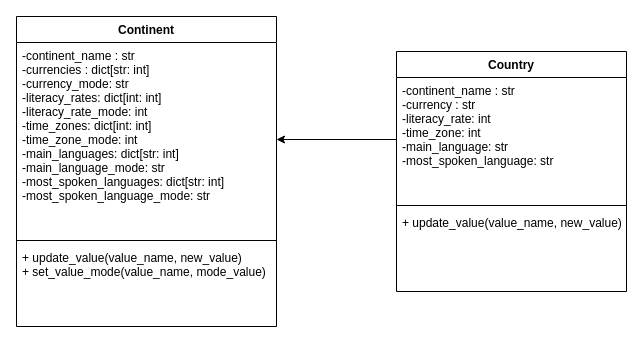
The draw.io diagram page "classes" (2 of 5) of Continental_Data_Flowchart.drawio in Joel-Vernon-98/Continental_Data, before the edit. Source tidied: cells renumbered, new cells numbered last; positions are measured from the earlier drawing's top-left corner, leaving out a move shared by most shapes. Both pictures are drawn from the tidied source at 100%, with x=0, y=0 at pixel (16, 16).
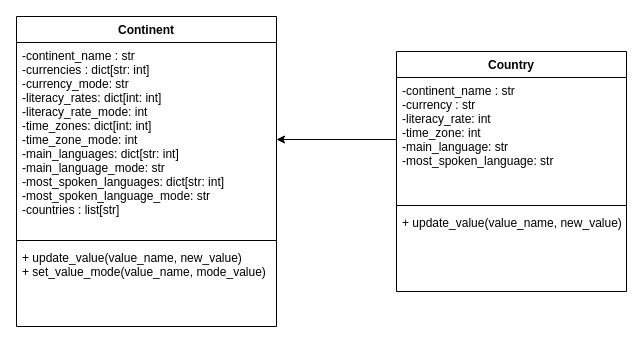
Above is the later version.

The edit, as a diff of the source:
```diff
@@
 <mxGraphModel>
   <root>
     <mxCell id="0" />
     <mxCell id="1" parent="0" />
     <mxCell id="2" value="Continent" style="swimlane;fontStyle=1;align=center;verticalAlign=top;horizontal=1;startSize=26;" parent="1" vertex="1">
       <mxGeometry width="260" height="310" as="geometry" />
     </mxCell>
-    <mxCell id="3" value="-continent_name : str&#10;-currencies : dict[str: int]&#10;-currency_mode: str&#10;-literacy_rates: dict[int: int]&#10;-literacy_rate_mode: int &#10;-time_zones: dict[int: int]&#10;-time_zone_mode: int&#10;-main_languages: dict[str: int]&#10;-main_language_mode: str&#10;-most_spoken_languages: dict[str: int]&#10;-most_spoken_language_mode: str&#10;" style="text;strokeColor=none;fillColor=none;align=left;verticalAlign=top;spacingLeft=4;spacingRight=4;overflow=hidden;points=[[0,0.5],[1,0.5]];portConstraint=eastwest;" parent="2" vertex="1">
+    <mxCell id="3" value="-continent_name : str&#10;-currencies : dict[str: int]&#10;-currency_mode: str&#10;-literacy_rates: dict[int: int]&#10;-literacy_rate_mode: int &#10;-time_zones: dict[int: int]&#10;-time_zone_mode: int&#10;-main_languages: dict[str: int]&#10;-main_language_mode: str&#10;-most_spoken_languages: dict[str: int]&#10;-most_spoken_language_mode: str&#10;-countries : list[str]&#10;" style="text;strokeColor=none;fillColor=none;align=left;verticalAlign=top;spacingLeft=4;spacingRight=4;overflow=hidden;points=[[0,0.5],[1,0.5]];portConstraint=eastwest;" parent="2" vertex="1">
       <mxGeometry y="26" width="260" height="194" as="geometry" />
     </mxCell>
     <mxCell id="4" style="line;strokeWidth=1;fillColor=none;align=left;verticalAlign=middle;spacingTop=-1;spacingLeft=3;spacingRight=3;labelPosition=right;strokeColor=inherit;" parent="2" vertex="1">
       <mxGeometry y="220" width="260" height="8" as="geometry" />
     </mxCell>
     <mxCell id="5" value="+ update_value(value_name, new_value)&#10;+ set_value_mode(value_name, mode_value)" style="text;strokeColor=none;fillColor=none;align=left;verticalAlign=top;spacingLeft=4;spacingRight=4;overflow=hidden;" parent="2" vertex="1">
       <mxGeometry y="228" width="260" height="82" as="geometry" />
     </mxCell>
     <mxCell id="6" value="Country" style="swimlane;fontStyle=1;align=center;verticalAlign=top;horizontal=1;startSize=26;" parent="1" vertex="1">
       <mxGeometry x="380" y="35" width="230" height="240" as="geometry" />
     </mxCell>
     <mxCell id="7" value="-continent_name : str&#10;-currency : str&#10;-literacy_rate: int &#10;-time_zone: int&#10;-main_language: str&#10;-most_spoken_language: str&#10;" style="text;strokeColor=none;fillColor=none;align=left;verticalAlign=top;spacingLeft=4;spacingRight=4;overflow=hidden;points=[[0,0.5],[1,0.5]];portConstraint=eastwest;" parent="6" vertex="1">
       <mxGeometry y="26" width="230" height="124" as="geometry" />
     </mxCell>
     <mxCell id="8" style="line;strokeWidth=1;fillColor=none;align=left;verticalAlign=middle;spacingTop=-1;spacingLeft=3;spacingRight=3;labelPosition=right;strokeColor=inherit;" parent="6" vertex="1">
       <mxGeometry y="150" width="230" height="8" as="geometry" />
     </mxCell>
     <mxCell id="9" value="+ update_value(value_name, new_value)&#10;" style="text;strokeColor=none;fillColor=none;align=left;verticalAlign=top;spacingLeft=4;spacingRight=4;overflow=hidden;" parent="6" vertex="1">
       <mxGeometry y="158" width="230" height="82" as="geometry" />
     </mxCell>
     <mxCell id="10" style="edgeStyle=orthogonalEdgeStyle;rounded=0;jettySize=auto;html=1;entryX=1;entryY=0.5;entryDx=0;entryDy=0;" parent="1" edge="1" source="7" target="3">
       <mxGeometry relative="1" as="geometry" />
     </mxCell>
   </root>
 </mxGraphModel>
```
